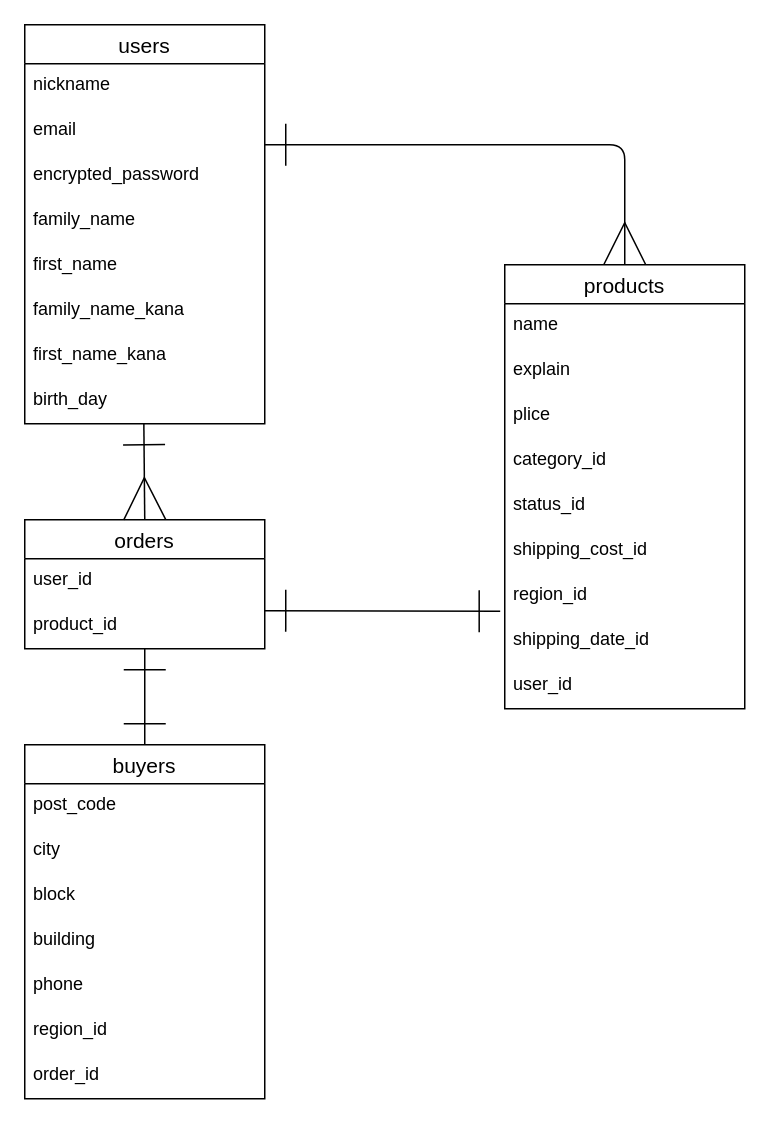
The draw.io diagram .dio in miyamotomizuki/furima-39341, before the edit. Source tidied: cells renumbered, new cells numbered last; positions are measured from the earlier drawing's top-left corner, leaving out a move shared by most shapes. Both pictures are drawn from the tidied source at 150%, with x=0, y=0 at pixel (24, 24).
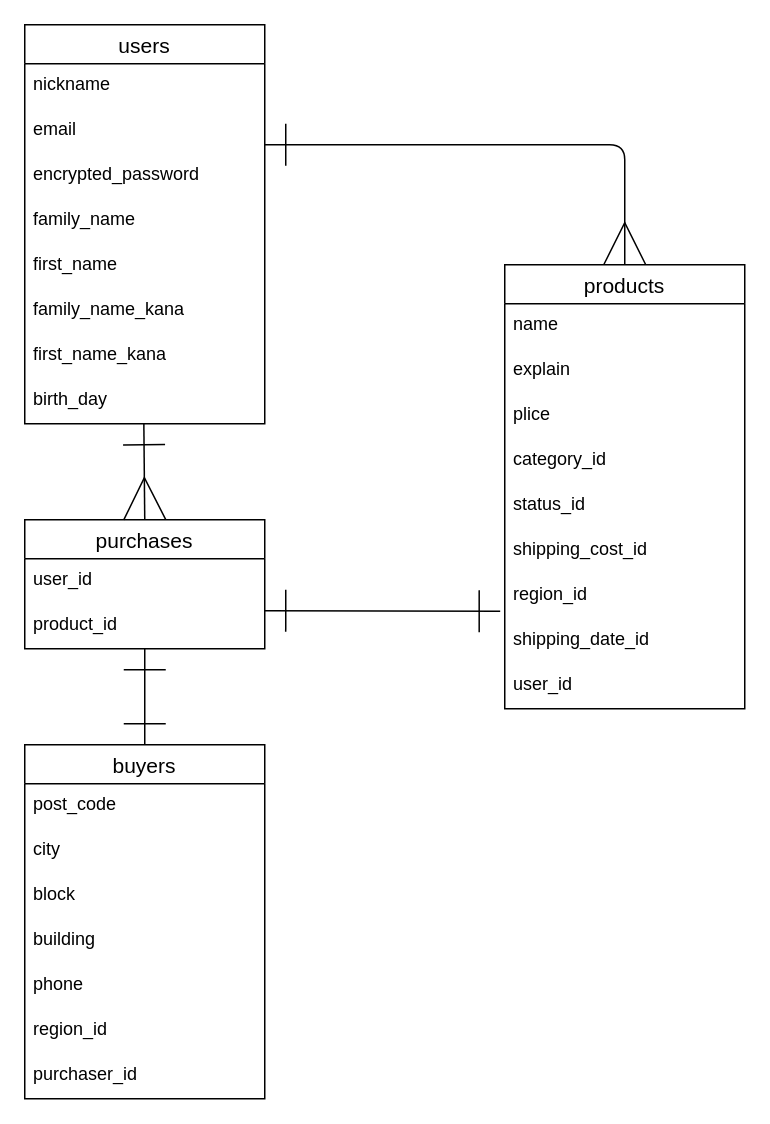
Above is the later version.

Commit message (it also covers changes not shown here):
orderモデル名称変更

The change refers to these unchanged cells:
```xml
<mxCell id="14" value="buyers" style="swimlane;fontStyle=0;horizontal=1;startSize=26;align=center;fontSize=14;" parent="1" vertex="1">
  <mxGeometry y="480" width="160" height="236" as="geometry" />
</mxCell>
```

What changed in the source:
```diff
@@
-    <mxCell id="11" value="orders" style="swimlane;fontStyle=0;horizontal=1;startSize=26;align=center;fontSize=14;" parent="1" vertex="1">
+    <mxCell id="11" value="purchases" style="swimlane;fontStyle=0;horizontal=1;startSize=26;align=center;fontSize=14;" parent="1" vertex="1">
       <mxGeometry y="330" width="160" height="86" as="geometry" />
     </mxCell>
@@
-    <mxCell id="21" value="order_id" style="text;strokeColor=none;fillColor=none;spacingLeft=4;spacingRight=4;overflow=hidden;fontSize=12;" parent="14" vertex="1">
+    <mxCell id="21" value="purchaser_id" style="text;strokeColor=none;fillColor=none;spacingLeft=4;spacingRight=4;overflow=hidden;fontSize=12;" parent="14" vertex="1">
       <mxGeometry y="206" width="160" height="30" as="geometry" />
     </mxCell>
```
